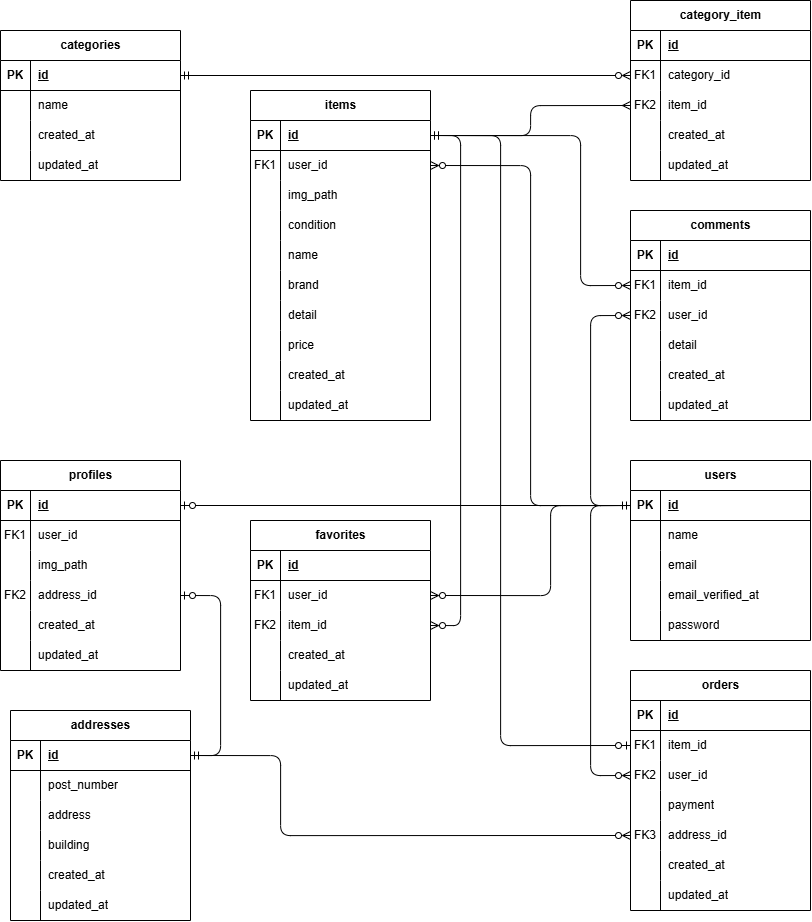
The draw.io diagram ER.drawio.png in kasahara-dev/kasahara-mogi1, before a commit. Source tidied: cells renumbered, new cells last; positions are measured from the earlier drawing's top-left corner, leaving out a move shared by most shapes.
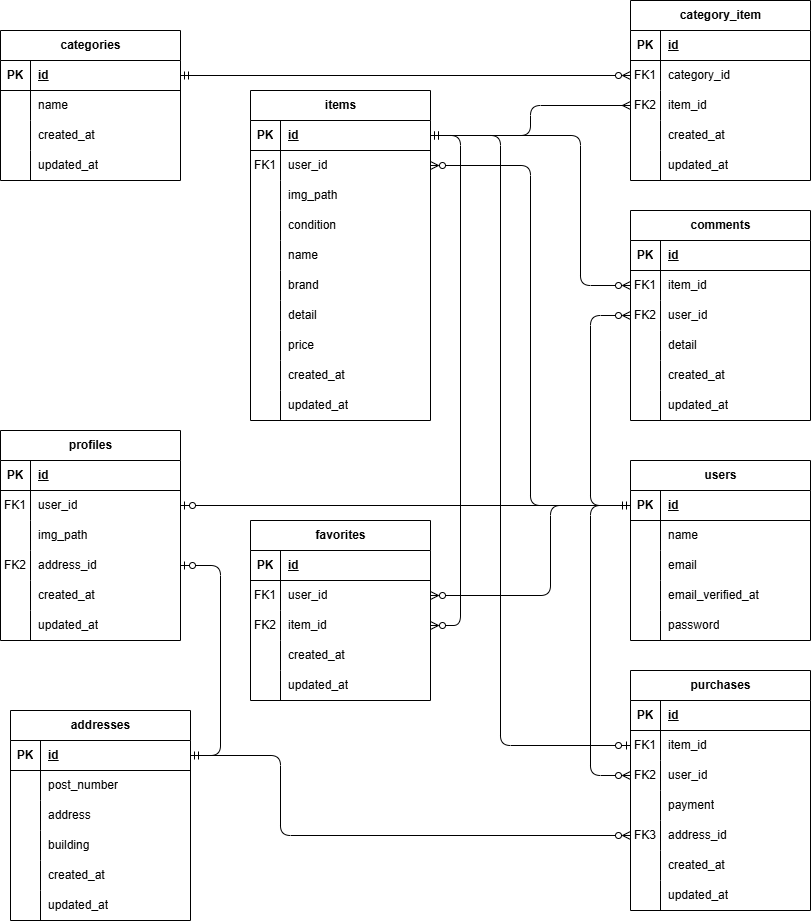
The same file after the commit.

Change to the diagram source:
```diff
@@ -3,7 +3,7 @@
     <mxCell id="0" />
     <mxCell id="1" parent="0" />
     <mxCell id="2" value="profiles" style="shape=table;startSize=30;rowLines=0;fontStyle=1;align=center;html=1;" parent="1" vertex="1">
-      <mxGeometry y="460" width="180" height="210" as="geometry" />
+      <mxGeometry y="430" width="180" height="210" as="geometry" />
     </mxCell>
     <mxCell id="3" style="shape=tableRow;horizontal=0;startSize=0;swimlaneHead=0;swimlaneBody=0;fillColor=none;points=[[0,0.5],[1,0.5]];portConstraint=eastwest;top=0;left=0;right=0;bottom=1;" parent="2" vertex="1">
       <mxGeometry y="30" width="180" height="30" as="geometry" />
@@ -107,7 +107,7 @@
     <mxCell id="36" value="password" style="shape=partialRectangle;fillColor=none;top=0;left=0;bottom=0;right=0;align=left;spacingLeft=6;overflow=hidden;whiteSpace=wrap;html=1;" parent="34" vertex="1">
       <mxGeometry x="30" width="150" height="30" as="geometry" />
     </mxCell>
-    <mxCell id="37" style="edgeStyle=none;html=1;exitX=0;exitY=0.5;exitDx=0;exitDy=0;entryX=1;entryY=0.5;entryDx=0;entryDy=0;startArrow=none;startFill=0;endArrow=ERzeroToOne;endFill=0;" parent="1" edge="1" source="22" target="3">
+    <mxCell id="37" style="edgeStyle=none;html=1;exitX=0;exitY=0.5;exitDx=0;exitDy=0;entryX=1;entryY=0.5;entryDx=0;entryDy=0;startArrow=none;startFill=0;endArrow=ERzeroToOne;endFill=0;" parent="1" edge="1" source="22" target="6">
       <mxGeometry relative="1" as="geometry" />
     </mxCell>
     <mxCell id="38" value="items" style="shape=table;startSize=30;rowLines=0;fontStyle=1;align=center;html=1;" parent="1" vertex="1">
@@ -317,7 +317,7 @@
     <mxCell id="106" value="updated_at" style="shape=partialRectangle;fillColor=none;top=0;left=0;bottom=0;right=0;align=left;spacingLeft=6;overflow=hidden;whiteSpace=wrap;html=1;" parent="104" vertex="1">
       <mxGeometry x="30" width="150" height="30" as="geometry" />
     </mxCell>
-    <mxCell id="107" value="orders" style="shape=table;startSize=30;rowLines=0;fontStyle=1;align=center;html=1;" parent="1" vertex="1">
+    <mxCell id="107" value="purchases" style="shape=table;startSize=30;rowLines=0;fontStyle=1;align=center;html=1;" parent="1" vertex="1">
       <mxGeometry x="630" y="670" width="180" height="240" as="geometry" />
     </mxCell>
     <mxCell id="108" style="shape=tableRow;horizontal=0;startSize=0;swimlaneHead=0;swimlaneBody=0;fillColor=none;top=0;left=0;right=0;bottom=1;" parent="107" vertex="1">
@@ -521,7 +521,7 @@
     <mxCell id="174" style="html=1;exitX=1;exitY=0.5;exitDx=0;exitDy=0;entryX=1;entryY=0.5;entryDx=0;entryDy=0;startArrow=ERzeroToOne;startFill=0;endArrow=ERmandOne;endFill=0;edgeStyle=orthogonalEdgeStyle;" parent="1" edge="1" source="12" target="70">
       <mxGeometry relative="1" as="geometry">
         <Array as="points">
-          <mxPoint x="220" y="595" />
+          <mxPoint x="220" y="565" />
           <mxPoint x="220" y="755" />
         </Array>
       </mxGeometry>
```
